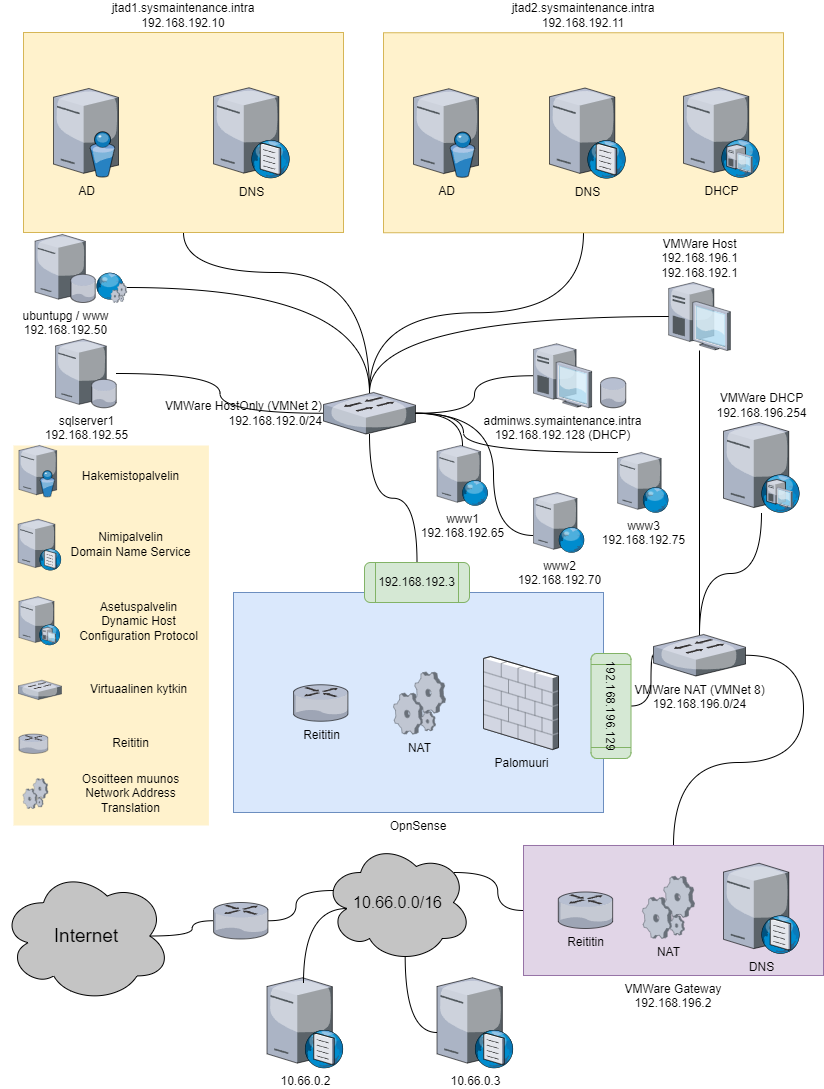
TiViOpetus/Jtuki keeps this draw.io diagram as docs/pictures/JTVerkko.png. Above is the earlier version. Source tidied: cells renumbered, new cells last; positions are measured from the earlier drawing's top-left corner, leaving out a move shared by most shapes.
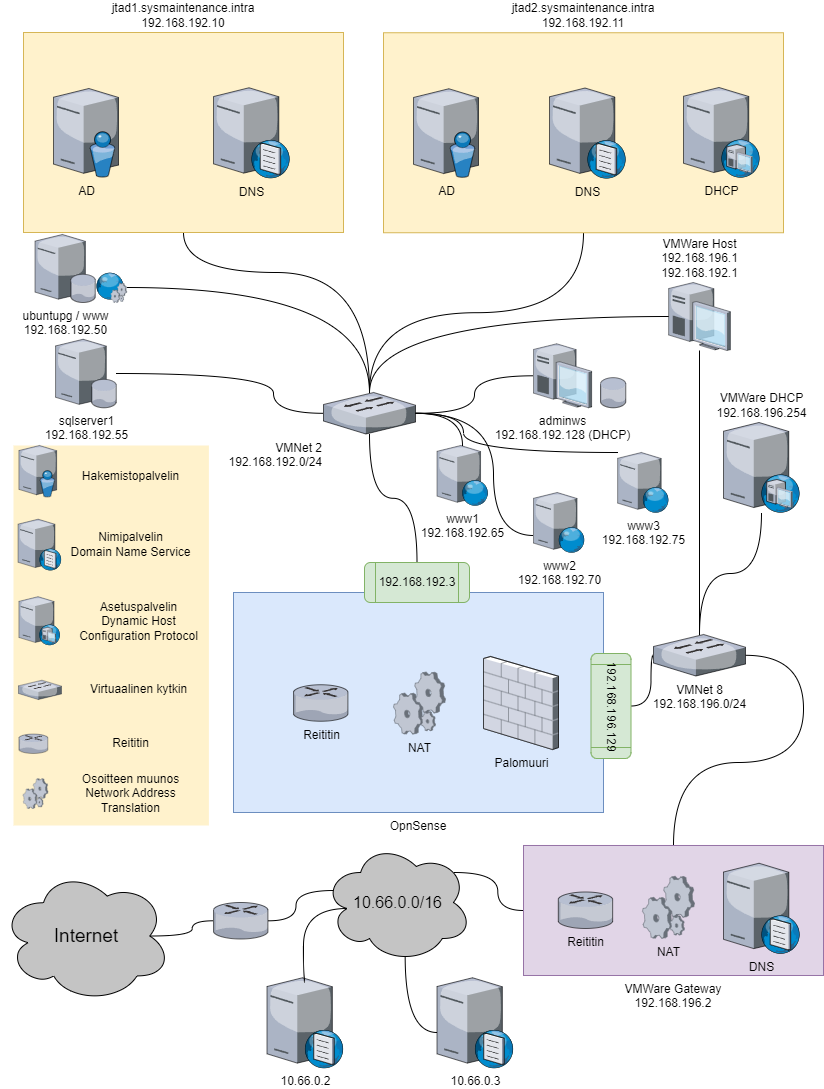
After the commit.

What changed in the source:
```diff
@@ -46,14 +46,19 @@
         </Array>
       </mxGeometry>
     </mxCell>
-    <mxCell id="13" value="VMWare NAT (VMNet 8)&lt;br&gt;192.168.196.0/24" style="verticalLabelPosition=bottom;sketch=0;html=1;verticalAlign=top;strokeColor=none;align=center;outlineConnect=0;shape=mxgraph.citrix.switch;rounded=1;shadow=0;glass=0;" parent="1" vertex="1">
+    <mxCell id="13" value="VMNet 8&lt;br&gt;192.168.196.0/24" style="verticalLabelPosition=bottom;sketch=0;html=1;verticalAlign=top;strokeColor=none;align=center;outlineConnect=0;shape=mxgraph.citrix.switch;rounded=1;shadow=0;glass=0;" parent="1" vertex="1">
       <mxGeometry x="652" y="602" width="92" height="41.5" as="geometry" />
     </mxCell>
     <mxCell id="14" style="edgeStyle=orthogonalEdgeStyle;curved=1;jettySize=auto;html=1;entryX=0.5;entryY=0;entryDx=0;entryDy=0;endArrow=none;endFill=0;" parent="1" edge="1" source="19" target="45">
       <mxGeometry relative="1" as="geometry" />
     </mxCell>
     <mxCell id="15" style="edgeStyle=orthogonalEdgeStyle;jettySize=auto;html=1;curved=1;endArrow=none;endFill=0;" parent="1" edge="1" source="19" target="66">
-      <mxGeometry relative="1" as="geometry" />
+      <mxGeometry relative="1" as="geometry">
+        <Array as="points">
+          <mxPoint x="272" y="381" />
+          <mxPoint x="272" y="341" />
+        </Array>
+      </mxGeometry>
     </mxCell>
     <mxCell id="16" style="edgeStyle=orthogonalEdgeStyle;curved=1;jettySize=auto;html=1;endArrow=none;endFill=0;" parent="1" edge="1" source="19" target="67">
       <mxGeometry relative="1" as="geometry" />
@@ -74,7 +79,7 @@
         </Array>
       </mxGeometry>
     </mxCell>
-    <mxCell id="19" value="VMWare HostOnly (VMNet 2)&lt;br&gt;192.168.192.0/24" style="verticalLabelPosition=middle;sketch=0;html=1;verticalAlign=middle;strokeColor=none;align=right;outlineConnect=0;shape=mxgraph.citrix.switch;rounded=1;shadow=0;glass=0;labelPosition=left;" parent="1" vertex="1">
+    <mxCell id="19" value="VMNet 2&lt;br&gt;192.168.192.0/24" style="verticalLabelPosition=bottom;sketch=0;html=1;verticalAlign=top;strokeColor=none;align=right;outlineConnect=0;shape=mxgraph.citrix.switch;rounded=1;shadow=0;glass=0;labelPosition=left;" parent="1" vertex="1">
       <mxGeometry x="322" y="360" width="92" height="41.5" as="geometry" />
     </mxCell>
     <mxCell id="20" style="edgeStyle=orthogonalEdgeStyle;curved=1;jettySize=auto;html=1;endArrow=none;endFill=0;" parent="1" edge="1" source="46" target="13">
@@ -215,7 +220,7 @@
     <mxCell id="63" style="edgeStyle=orthogonalEdgeStyle;curved=1;jettySize=auto;html=1;endArrow=none;endFill=0;" parent="1" edge="1" source="64" target="19">
       <mxGeometry relative="1" as="geometry" />
     </mxCell>
-    <mxCell id="64" value="adminws.symaintenance.intra&lt;br&gt;192.168.192.128 (DHCP)" style="verticalLabelPosition=bottom;sketch=0;html=1;verticalAlign=top;strokeColor=none;align=center;outlineConnect=0;shape=mxgraph.citrix.desktop;" parent="1" vertex="1">
+    <mxCell id="64" value="adminws&lt;br&gt;192.168.192.128 (DHCP)" style="verticalLabelPosition=bottom;sketch=0;html=1;verticalAlign=top;strokeColor=none;align=center;outlineConnect=0;shape=mxgraph.citrix.desktop;" parent="1" vertex="1">
       <mxGeometry x="532" y="311.2" width="58.1" height="64" as="geometry" />
     </mxCell>
     <mxCell id="65" style="verticalLabelPosition=bottom;sketch=0;html=1;verticalAlign=top;strokeColor=none;align=center;shape=mxgraph.citrix.database;" parent="1" vertex="1">
```
